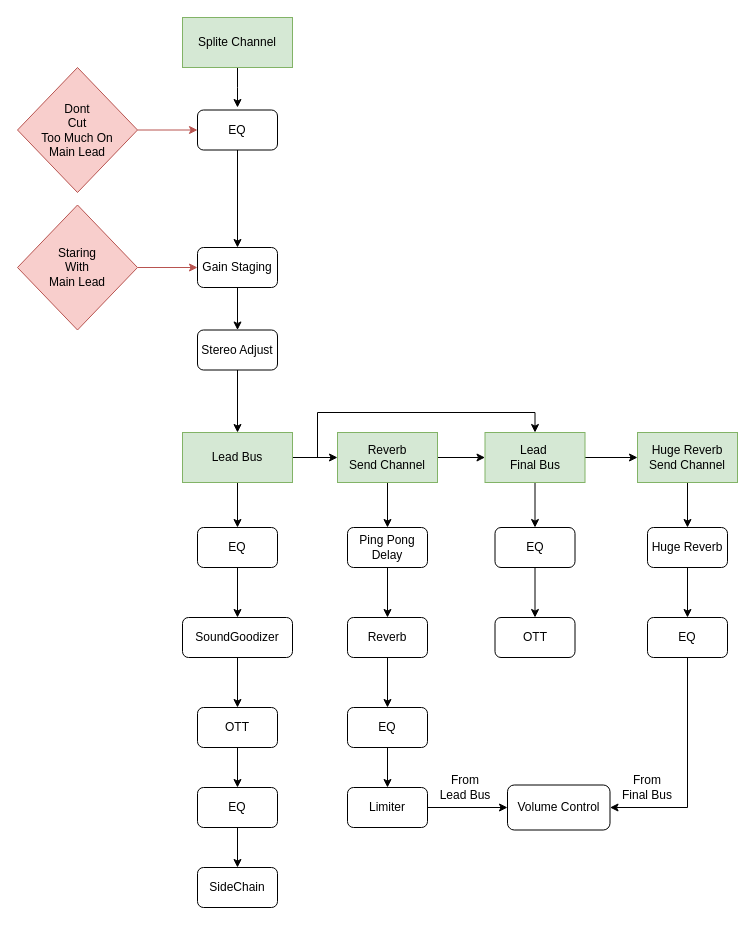
Earlier version of the draw.io diagram Pro House Mixing/Emotional Pro House Lead Mixing.drawio (houance/Music-Illustration). Source tidied: cells renumbered, new cells numbered last; positions are measured from the earlier drawing's top-left corner, leaving out a move shared by most shapes. Both pictures are drawn from the tidied source at 100%, with x=0, y=0 at pixel (17, 17).
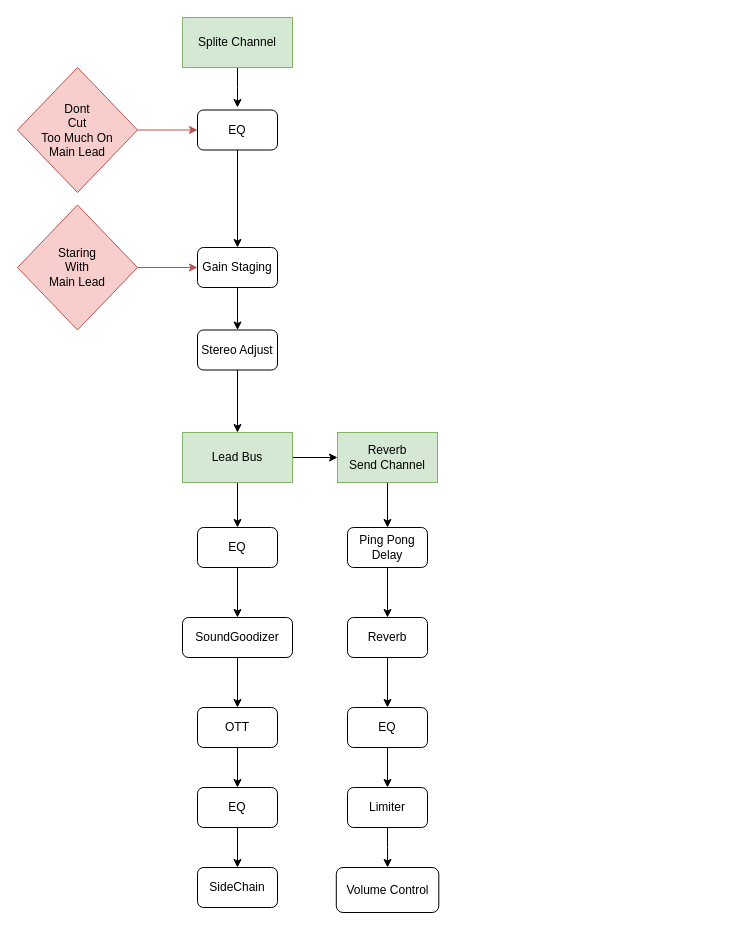
Above is the later version.

Unchanged cells that the change refers to:
```xml
<mxCell id="23" value="Lead Bus" style="rounded=0;whiteSpace=wrap;html=1;fillColor=#d5e8d4;strokeColor=#82b366;" parent="1" vertex="1">
  <mxGeometry x="165" y="415" width="110" height="50" as="geometry" />
</mxCell>
<mxCell id="37" value="Reverb &lt;br&gt;Send Channel" style="rounded=0;whiteSpace=wrap;html=1;fillColor=#d5e8d4;strokeColor=#82b366;" parent="1" vertex="1">
  <mxGeometry x="320" y="415" width="100" height="50" as="geometry" />
</mxCell>
```

What changed in the source:
```diff
@@
-    <mxCell id="22" style="edgeStyle=orthogonalEdgeStyle;rounded=0;jettySize=auto;html=1;entryX=0.5;entryY=0;entryDx=0;entryDy=0;" parent="1" edge="1" source="23" target="40">
-      <mxGeometry relative="1" as="geometry">
-        <Array as="points">
-          <mxPoint x="300" y="440" />
-          <mxPoint x="300" y="395" />
-          <mxPoint x="518" y="395" />
-        </Array>
-      </mxGeometry>
-    </mxCell>
@@
     <mxCell id="34" value="Volume Control" style="rounded=1;whiteSpace=wrap;html=1;" parent="1" vertex="1">
-      <mxGeometry x="490" y="767.5" width="102.5" height="45" as="geometry" />
+      <mxGeometry x="318.8" y="850" width="102.5" height="45" as="geometry" />
     </mxCell>
@@
-    <mxCell id="36" style="edgeStyle=orthogonalEdgeStyle;rounded=0;jettySize=auto;html=1;" parent="1" edge="1" source="37" target="40">
-      <mxGeometry relative="1" as="geometry" />
-    </mxCell>
@@
-    <mxCell id="38" style="edgeStyle=orthogonalEdgeStyle;rounded=0;jettySize=auto;html=1;entryX=0.5;entryY=0;entryDx=0;entryDy=0;" parent="1" edge="1" source="40" target="42">
-      <mxGeometry relative="1" as="geometry" />
-    </mxCell>
-    <mxCell id="39" style="edgeStyle=orthogonalEdgeStyle;rounded=0;jettySize=auto;html=1;entryX=0;entryY=0.5;entryDx=0;entryDy=0;" parent="1" edge="1" source="40" target="45">
-      <mxGeometry relative="1" as="geometry" />
-    </mxCell>
-    <mxCell id="40" value="Lead&amp;nbsp;&lt;br&gt;Final Bus" style="rounded=0;whiteSpace=wrap;html=1;fillColor=#d5e8d4;strokeColor=#82b366;" parent="1" vertex="1">
-      <mxGeometry x="467.5" y="415" width="100" height="50" as="geometry" />
-    </mxCell>
-    <mxCell id="41" style="edgeStyle=orthogonalEdgeStyle;rounded=0;jettySize=auto;html=1;entryX=0.5;entryY=0;entryDx=0;entryDy=0;" parent="1" edge="1" source="42" target="43">
-      <mxGeometry relative="1" as="geometry" />
-    </mxCell>
-    <mxCell id="42" value="EQ" style="rounded=1;whiteSpace=wrap;html=1;" parent="1" vertex="1">
-      <mxGeometry x="477.5" y="510" width="80" height="40" as="geometry" />
-    </mxCell>
-    <mxCell id="43" value="OTT" style="rounded=1;whiteSpace=wrap;html=1;" parent="1" vertex="1">
-      <mxGeometry x="477.5" y="600" width="80" height="40" as="geometry" />
-    </mxCell>
-    <mxCell id="44" style="edgeStyle=orthogonalEdgeStyle;rounded=0;jettySize=auto;html=1;entryX=0.5;entryY=0;entryDx=0;entryDy=0;" parent="1" edge="1" source="45" target="47">
-      <mxGeometry relative="1" as="geometry" />
-    </mxCell>
-    <mxCell id="45" value="Huge Reverb &lt;br&gt;Send Channel" style="rounded=0;whiteSpace=wrap;html=1;fillColor=#d5e8d4;strokeColor=#82b366;" parent="1" vertex="1">
-      <mxGeometry x="620" y="415" width="100" height="50" as="geometry" />
-    </mxCell>
-    <mxCell id="46" style="edgeStyle=orthogonalEdgeStyle;rounded=0;jettySize=auto;html=1;entryX=0.5;entryY=0;entryDx=0;entryDy=0;" parent="1" edge="1" source="47" target="49">
-      <mxGeometry relative="1" as="geometry" />
-    </mxCell>
-    <mxCell id="47" value="Huge Reverb" style="rounded=1;whiteSpace=wrap;html=1;" parent="1" vertex="1">
-      <mxGeometry x="630" y="510" width="80" height="40" as="geometry" />
-    </mxCell>
-    <mxCell id="48" style="edgeStyle=orthogonalEdgeStyle;rounded=0;jettySize=auto;html=1;entryX=1;entryY=0.5;entryDx=0;entryDy=0;" parent="1" edge="1" source="49" target="34">
-      <mxGeometry relative="1" as="geometry">
-        <Array as="points">
-          <mxPoint x="670" y="790" />
-        </Array>
-      </mxGeometry>
-    </mxCell>
-    <mxCell id="49" value="EQ" style="rounded=1;whiteSpace=wrap;html=1;" parent="1" vertex="1">
-      <mxGeometry x="630" y="600" width="80" height="40" as="geometry" />
-    </mxCell>
-    <mxCell id="50" value="From&lt;br&gt;Lead Bus" style="text;html=1;strokeColor=none;fillColor=none;align=center;verticalAlign=middle;whiteSpace=wrap;rounded=0;" parent="1" vertex="1">
-      <mxGeometry x="417.5" y="760" width="60" height="20" as="geometry" />
-    </mxCell>
-    <mxCell id="51" value="From&lt;br&gt;Final Bus" style="text;html=1;strokeColor=none;fillColor=none;align=center;verticalAlign=middle;whiteSpace=wrap;rounded=0;" parent="1" vertex="1">
-      <mxGeometry x="600" y="760" width="60" height="20" as="geometry" />
-    </mxCell>
```
